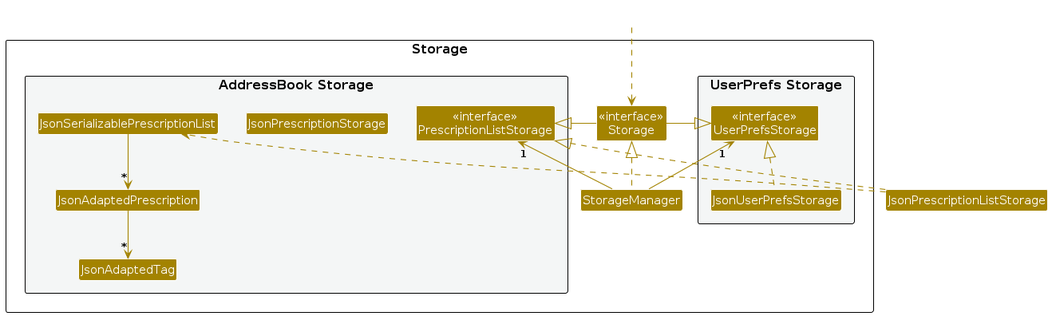
Earlier version of the PlantUML export diagrams/StorageClassDiagram.png (AY2324S1-CS2103T-T15-2/tp). Its source is kept beside it as diagrams/StorageClassDiagram.puml. The source it was exported from:
```plantuml
@startuml
!include style.puml
skinparam arrowThickness 1.1
skinparam arrowColor STORAGE_COLOR
skinparam classBackgroundColor STORAGE_COLOR

package Storage as StoragePackage {

package "UserPrefs Storage" #F4F6F6{
Class "<<interface>>\nUserPrefsStorage" as UserPrefsStorage
Class JsonUserPrefsStorage
}

Class "<<interface>>\nStorage" as Storage
Class StorageManager

package "AddressBook Storage" #F4F6F6{
Class "<<interface>>\nPrescriptionListStorage" as AddressBookStorage
Class JsonPrescriptionStorage
Class JsonSerializablePrescriptionList
Class JsonAdaptedPrescription
Class JsonAdaptedTag
}

}

Class HiddenOutside #FFFFFF
HiddenOutside ..> Storage

StorageManager .up.|> Storage
StorageManager -up-> "1" UserPrefsStorage
StorageManager -up-> "1" AddressBookStorage

Storage -left-|> UserPrefsStorage
Storage -right-|> AddressBookStorage

JsonUserPrefsStorage .up.|> UserPrefsStorage
JsonPrescriptionListStorage .up.|> AddressBookStorage
JsonPrescriptionListStorage ..> JsonSerializablePrescriptionList
JsonSerializablePrescriptionList --> "*" JsonAdaptedPrescription
JsonAdaptedPrescription --> "*" JsonAdaptedTag

@enduml
```
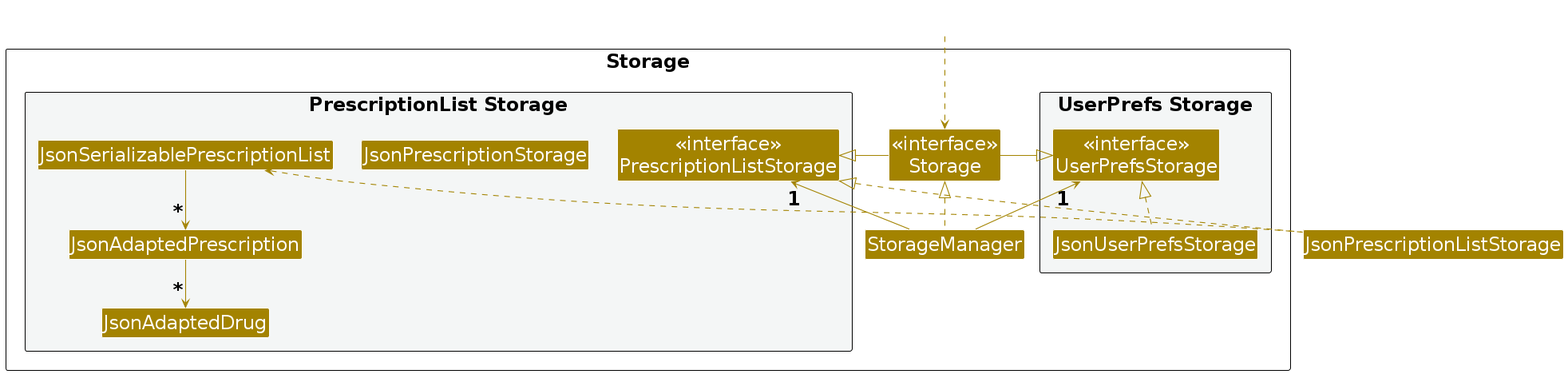
Above is the later version.

Diff of the diagram source:
```diff
@@ -3,6 +3,7 @@
 skinparam arrowThickness 1.1
 skinparam arrowColor STORAGE_COLOR
 skinparam classBackgroundColor STORAGE_COLOR
+skinparam DefaultFontSize 24
 
 package Storage as StoragePackage {
 
@@ -14,12 +15,12 @@
 Class "<<interface>>\nStorage" as Storage
 Class StorageManager
 
-package "AddressBook Storage" #F4F6F6{
-Class "<<interface>>\nPrescriptionListStorage" as AddressBookStorage
+package "PrescriptionList Storage" #F4F6F6{
+Class "<<interface>>\nPrescriptionListStorage" as PrescriptionListStorage
 Class JsonPrescriptionStorage
 Class JsonSerializablePrescriptionList
 Class JsonAdaptedPrescription
-Class JsonAdaptedTag
+Class JsonAdaptedDrug
 }
 
 }
@@ -29,15 +30,15 @@
 
 StorageManager .up.|> Storage
 StorageManager -up-> "1" UserPrefsStorage
-StorageManager -up-> "1" AddressBookStorage
+StorageManager -up-> "1" PrescriptionListStorage
 
 Storage -left-|> UserPrefsStorage
-Storage -right-|> AddressBookStorage
+Storage -right-|> PrescriptionListStorage
 
 JsonUserPrefsStorage .up.|> UserPrefsStorage
-JsonPrescriptionListStorage .up.|> AddressBookStorage
+JsonPrescriptionListStorage .up.|> PrescriptionListStorage
 JsonPrescriptionListStorage ..> JsonSerializablePrescriptionList
 JsonSerializablePrescriptionList --> "*" JsonAdaptedPrescription
-JsonAdaptedPrescription --> "*" JsonAdaptedTag
+JsonAdaptedPrescription --> "*" JsonAdaptedDrug
 
 @enduml
```
